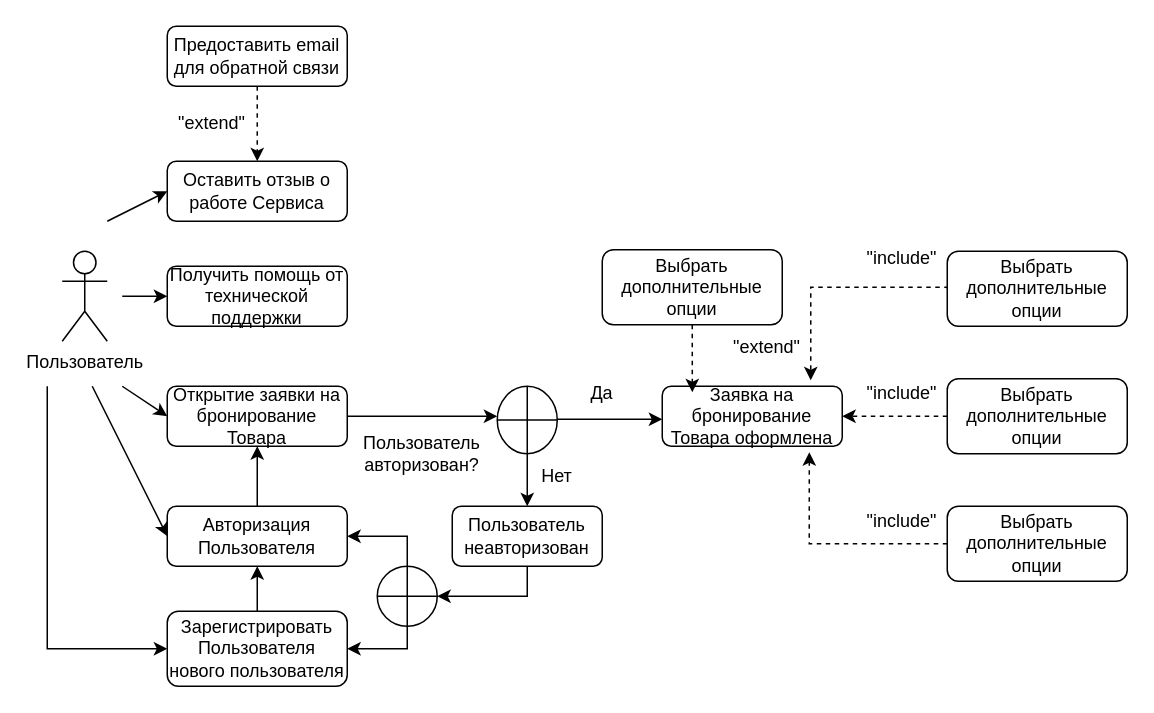
Above: Диаграмма Крутиколеса.drawio in pytonuserouner/UML_study (draw.io), before the change. Source tidied: cells renumbered, new cells numbered last; positions are measured from the earlier drawing's top-left corner, leaving out a move shared by most shapes. Both pictures are drawn from the tidied source at 150%, with x=0, y=0 at pixel (46, 26).
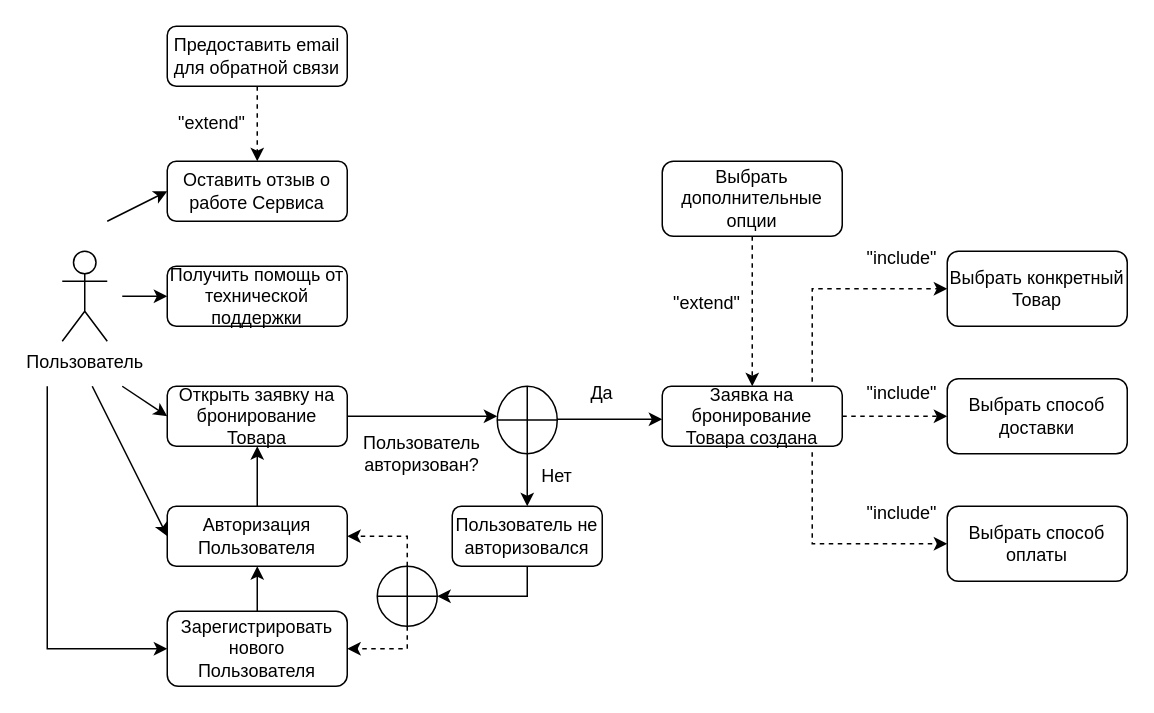
The same page after the edit.

Unchanged cells that the change refers to:
```xml
<mxCell id="14" value="Авторизация Пользователя" style="rounded=1;whiteSpace=wrap;html=1;" parent="1" vertex="1">
  <mxGeometry x="80" y="320" width="120" height="40" as="geometry" />
</mxCell>
<mxCell id="26" style="shape=orEllipse;perimeter=ellipsePerimeter;whiteSpace=wrap;html=1;backgroundOutline=1;" parent="1" vertex="1">
  <mxGeometry x="220" y="360" width="40" height="40" as="geometry" />
</mxCell>
```

The edit, as a diff of the source:
```diff
@@
-    <mxCell id="2" value="Открытие заявки на бронирование Товара" style="rounded=1;whiteSpace=wrap;html=1;fontSize=12;glass=0;strokeWidth=1;shadow=0;" parent="1" vertex="1">
+    <mxCell id="2" value="Открыть заявку на бронирование Товара" style="rounded=1;whiteSpace=wrap;html=1;fontSize=12;glass=0;strokeWidth=1;shadow=0;" parent="1" vertex="1">
       <mxGeometry x="80" y="240" width="120" height="40" as="geometry" />
     </mxCell>
-    <mxCell id="3" value="Зарегистрировать Пользователя нового пользователя" style="rounded=1;whiteSpace=wrap;html=1;fontSize=12;glass=0;strokeWidth=1;shadow=0;" parent="1" vertex="1">
+    <mxCell id="3" value="Зарегистрировать нового Пользователя" style="rounded=1;whiteSpace=wrap;html=1;fontSize=12;glass=0;strokeWidth=1;shadow=0;" parent="1" vertex="1">
       <mxGeometry x="80" y="390" width="120" height="50" as="geometry" />
     </mxCell>
@@
-    <mxCell id="17" value="Пользователь неавторизован" style="rounded=1;whiteSpace=wrap;html=1;" parent="1" vertex="1">
+    <mxCell id="17" value="Пользователь не авторизовался" style="rounded=1;whiteSpace=wrap;html=1;" parent="1" vertex="1">
       <mxGeometry x="270" y="320" width="100" height="40" as="geometry" />
     </mxCell>
@@
-    <mxCell id="28" style="endArrow=classic;html=1;rounded=0;entryX=1;entryY=0.5;entryDx=0;entryDy=0;exitX=0.5;exitY=0;exitDx=0;exitDy=0;edgeStyle=orthogonalEdgeStyle;" parent="1" edge="1" source="26" target="14">
+    <mxCell id="28" style="endArrow=classic;html=1;rounded=0;entryX=1;entryY=0.5;entryDx=0;entryDy=0;exitX=0.5;exitY=0;exitDx=0;exitDy=0;edgeStyle=orthogonalEdgeStyle;dashed=1;" parent="1" edge="1" source="26" target="14">
       <mxGeometry relative="1" as="geometry" />
     </mxCell>
-    <mxCell id="29" style="endArrow=classic;html=1;rounded=0;entryX=1;entryY=0.5;entryDx=0;entryDy=0;exitX=0.5;exitY=1;exitDx=0;exitDy=0;edgeStyle=orthogonalEdgeStyle;" parent="1" edge="1" source="26" target="3">
+    <mxCell id="29" style="endArrow=classic;html=1;rounded=0;entryX=1;entryY=0.5;entryDx=0;entryDy=0;exitX=0.5;exitY=1;exitDx=0;exitDy=0;edgeStyle=orthogonalEdgeStyle;dashed=1;" parent="1" edge="1" source="26" target="3">
       <mxGeometry relative="1" as="geometry" />
     </mxCell>
-    <mxCell id="30" value="Заявка на бронирование Товара оформлена" style="rounded=1;whiteSpace=wrap;html=1;fontSize=12;glass=0;strokeWidth=1;shadow=0;" parent="1" vertex="1">
+    <mxCell id="30" value="Заявка на бронирование Товара создана" style="rounded=1;whiteSpace=wrap;html=1;fontSize=12;glass=0;strokeWidth=1;shadow=0;" parent="1" vertex="1">
       <mxGeometry x="410" y="240" width="120" height="40" as="geometry" />
     </mxCell>
     <mxCell id="31" value="Выбрать дополнительные опции" style="rounded=1;whiteSpace=wrap;html=1;fontSize=12;glass=0;strokeWidth=1;shadow=0;" parent="1" vertex="1">
-      <mxGeometry x="370" y="149" width="120" height="50" as="geometry" />
+      <mxGeometry x="410" y="90" width="120" height="50" as="geometry" />
     </mxCell>
-    <mxCell id="32" style="endArrow=classic;html=1;rounded=0;exitX=0.5;exitY=1;exitDx=0;exitDy=0;dashed=1;entryX=0.167;entryY=0.1;entryDx=0;entryDy=0;entryPerimeter=0;" parent="1" edge="1" source="31" target="30">
+    <mxCell id="32" style="endArrow=classic;html=1;rounded=0;exitX=0.5;exitY=1;exitDx=0;exitDy=0;dashed=1;entryX=0.5;entryY=0;entryDx=0;entryDy=0;" parent="1" edge="1" source="31" target="30">
       <mxGeometry relative="1" as="geometry" />
     </mxCell>
     <mxCell id="33" value="&quot;extend&quot;" style="text;html=1;align=center;verticalAlign=middle;whiteSpace=wrap;rounded=0;" parent="1" vertex="1">
-      <mxGeometry x="450" y="199" width="60" height="30" as="geometry" />
+      <mxGeometry x="410" y="170" width="60" height="30" as="geometry" />
     </mxCell>
-    <mxCell id="34" value="Выбрать дополнительные опции" style="rounded=1;whiteSpace=wrap;html=1;fontSize=12;glass=0;strokeWidth=1;shadow=0;" parent="1" vertex="1">
+    <mxCell id="34" value="Выбрать конкретный Товар" style="rounded=1;whiteSpace=wrap;html=1;fontSize=12;glass=0;strokeWidth=1;shadow=0;" parent="1" vertex="1">
       <mxGeometry x="600" y="150" width="120" height="50" as="geometry" />
     </mxCell>
-    <mxCell id="35" value="Выбрать дополнительные опции" style="rounded=1;whiteSpace=wrap;html=1;fontSize=12;glass=0;strokeWidth=1;shadow=0;" parent="1" vertex="1">
+    <mxCell id="35" value="Выбрать способ доставки" style="rounded=1;whiteSpace=wrap;html=1;fontSize=12;glass=0;strokeWidth=1;shadow=0;" parent="1" vertex="1">
       <mxGeometry x="600" y="235" width="120" height="50" as="geometry" />
     </mxCell>
-    <mxCell id="36" value="Выбрать дополнительные опции" style="rounded=1;whiteSpace=wrap;html=1;fontSize=12;glass=0;strokeWidth=1;shadow=0;" parent="1" vertex="1">
+    <mxCell id="36" value="Выбрать способ оплаты" style="rounded=1;whiteSpace=wrap;html=1;fontSize=12;glass=0;strokeWidth=1;shadow=0;" parent="1" vertex="1">
       <mxGeometry x="600" y="320" width="120" height="50" as="geometry" />
     </mxCell>
-    <mxCell id="37" style="endArrow=classic;html=1;rounded=0;entryX=0.825;entryY=-0.1;entryDx=0;entryDy=0;edgeStyle=orthogonalEdgeStyle;entryPerimeter=0;exitX=0;exitY=0.5;exitDx=0;exitDy=0;dashed=1;" parent="1" edge="1" source="34" target="30">
-      <mxGeometry relative="1" as="geometry">
-        <Array as="points">
-          <mxPoint x="600" y="174" />
-          <mxPoint x="509" y="174" />
-        </Array>
-      </mxGeometry>
-    </mxCell>
-    <mxCell id="38" style="endArrow=classic;html=1;rounded=0;exitX=0;exitY=0.5;exitDx=0;exitDy=0;entryX=1;entryY=0.5;entryDx=0;entryDy=0;dashed=1;" parent="1" edge="1" source="35" target="30">
+    <mxCell id="38" style="endArrow=classic;html=1;rounded=0;exitX=1;exitY=0.5;exitDx=0;exitDy=0;dashed=1;entryX=0;entryY=0.5;entryDx=0;entryDy=0;" parent="1" edge="1" source="30" target="35">
       <mxGeometry relative="1" as="geometry" />
     </mxCell>
-    <mxCell id="39" style="endArrow=classic;html=1;rounded=0;entryX=0.817;entryY=1.1;entryDx=0;entryDy=0;edgeStyle=orthogonalEdgeStyle;entryPerimeter=0;dashed=1;" parent="1" edge="1" source="36" target="30">
-      <mxGeometry relative="1" as="geometry">
-        <Array as="points">
-          <mxPoint x="508" y="345" />
-        </Array>
-      </mxGeometry>
-    </mxCell>
@@
     <mxCell id="41" value="&quot;include&quot;" style="text;html=1;align=center;verticalAlign=middle;whiteSpace=wrap;rounded=0;" parent="1" vertex="1">
-      <mxGeometry x="540" y="315" width="60" height="30" as="geometry" />
+      <mxGeometry x="540" y="310" width="60" height="30" as="geometry" />
     </mxCell>
@@
+    <mxCell id="43" style="endArrow=classic;html=1;rounded=0;exitX=0.833;exitY=-0.075;exitDx=0;exitDy=0;exitPerimeter=0;entryX=0;entryY=0.5;entryDx=0;entryDy=0;edgeStyle=orthogonalEdgeStyle;dashed=1;" parent="1" edge="1" source="30" target="34">
+      <mxGeometry relative="1" as="geometry">
+        <Array as="points">
+          <mxPoint x="510" y="175" />
+        </Array>
+      </mxGeometry>
+    </mxCell>
+    <mxCell id="44" style="endArrow=classic;html=1;rounded=0;entryX=0;entryY=0.5;entryDx=0;entryDy=0;exitX=0.833;exitY=1.1;exitDx=0;exitDy=0;exitPerimeter=0;edgeStyle=orthogonalEdgeStyle;dashed=1;" parent="1" edge="1" source="30" target="36">
+      <mxGeometry relative="1" as="geometry">
+        <Array as="points">
+          <mxPoint x="510" y="345" />
+        </Array>
+      </mxGeometry>
+    </mxCell>
```
